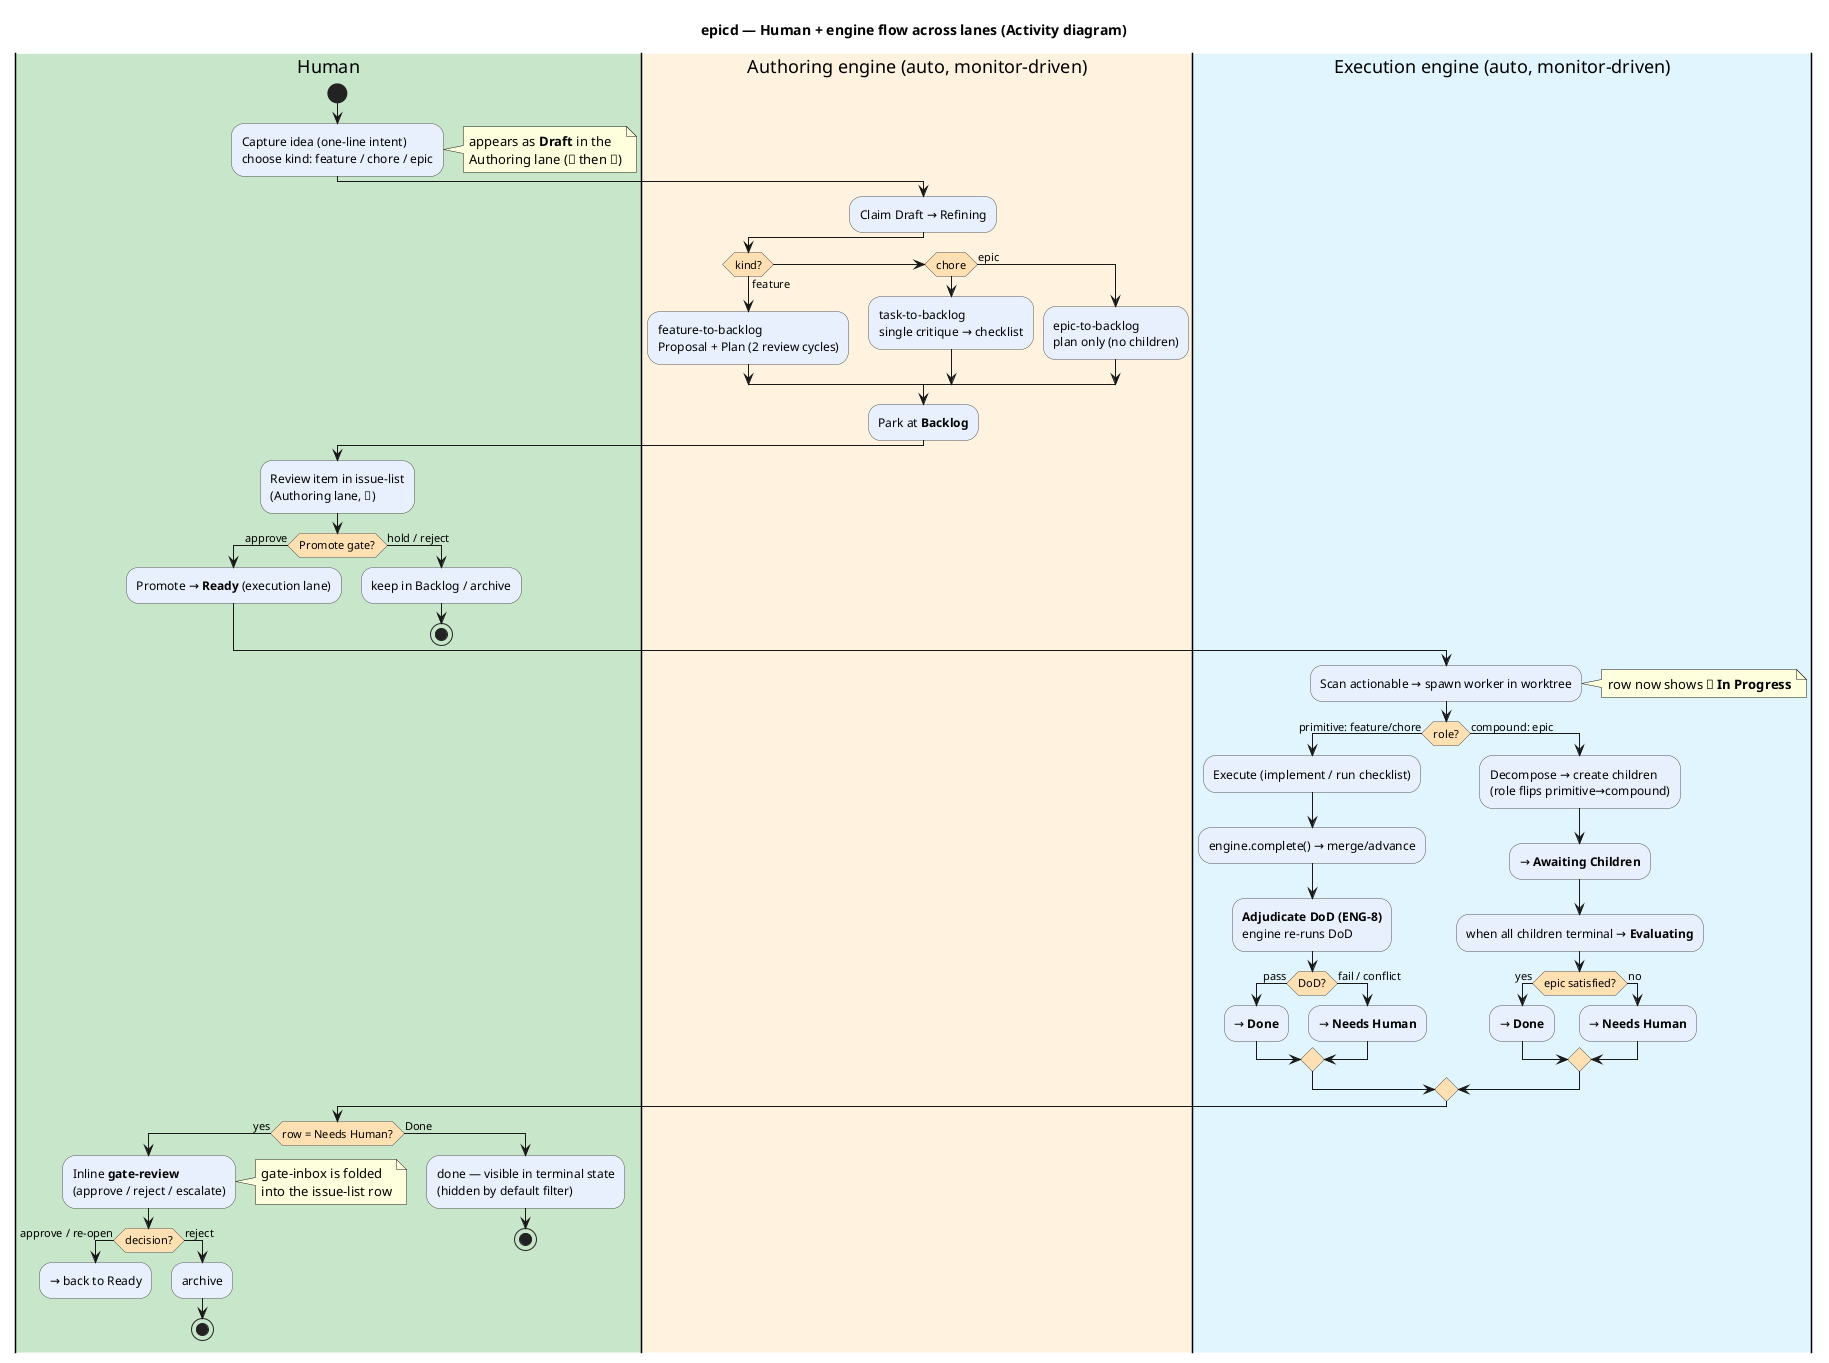
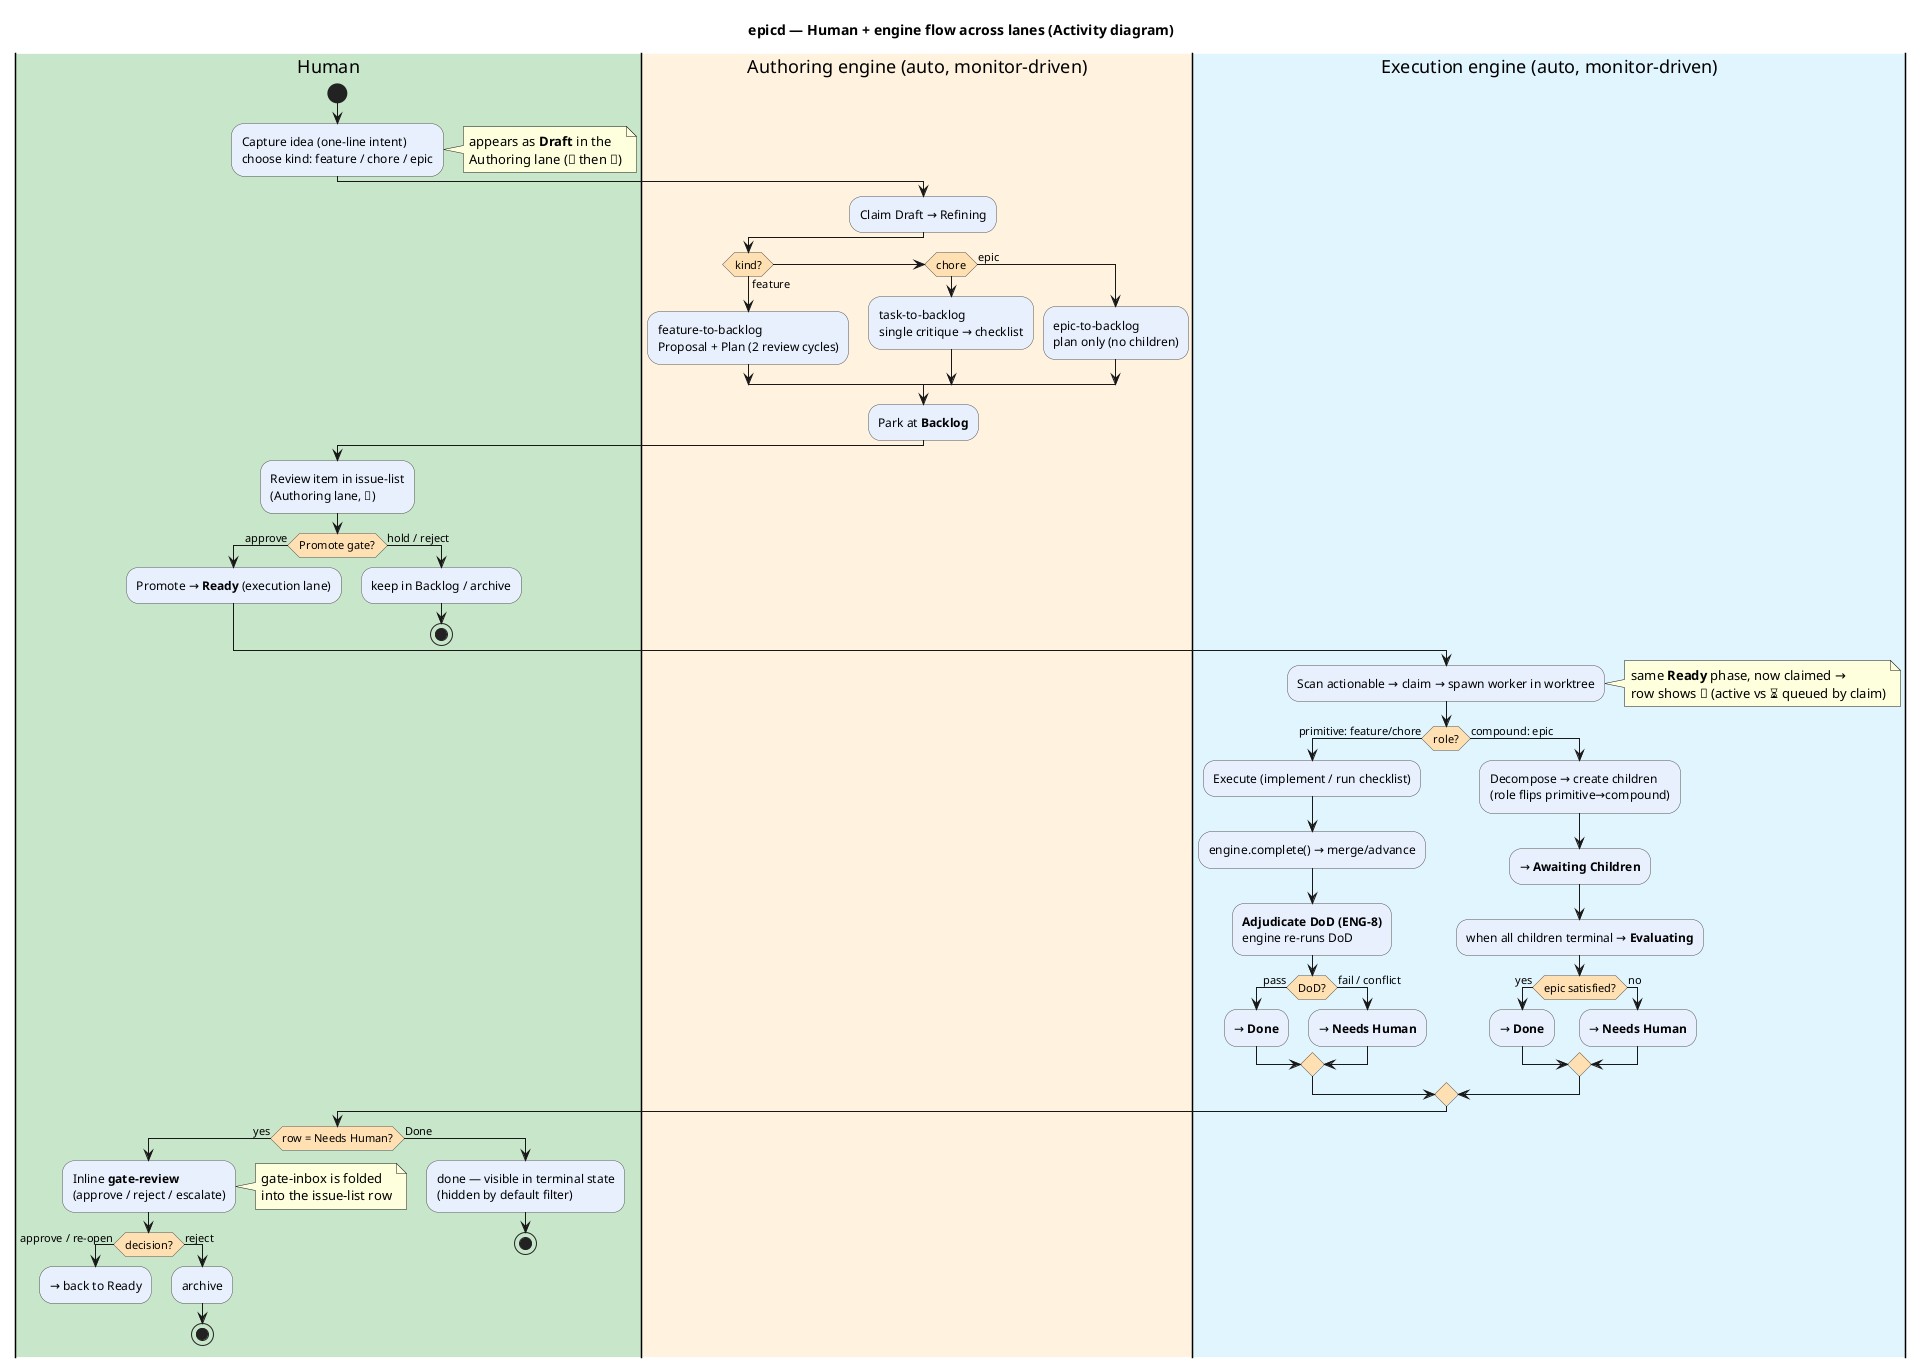
@startuml epicd-issue-list-activity
' epicd — Activity diagram: end-to-end human+engine collaboration seen through the multi-lane list.
' Swimlane partitions = who acts. User-visible behaviour only (no internal impl).

skinparam backgroundColor #FFFFFF
skinparam shadowing false
skinparam activity {
  BorderColor #555555
  BackgroundColor #E8F0FE
  DiamondBackgroundColor #FFE0B2
}

title epicd — Human + engine flow across lanes (Activity diagram)

|#C8E6C9|Human|
start
:Capture idea (one-line intent)\nchoose kind: feature / chore / epic;
note right: appears as **Draft** in the\nAuthoring lane (👤 then 🤖)

|#FFF3E0|Authoring engine (auto, monitor-driven)|
:Claim Draft → Refining;
if (kind?) then (feature)
  :feature-to-backlog\nProposal + Plan (2 review cycles);
elseif (chore) then
  :task-to-backlog\nsingle critique → checklist;
else (epic)
  :epic-to-backlog\nplan only (no children);
endif
:Park at **Backlog**;

|#C8E6C9|Human|
:Review item in issue-list\n(Authoring lane, 👤);
if (Promote gate?) then (approve)
  :Promote → **Ready** (execution lane);
else (hold / reject)
  :keep in Backlog / archive;
  stop
endif

|#E1F5FE|Execution engine (auto, monitor-driven)|
- :Scan actionable → spawn worker in worktree;
- note right: row now shows **🤖 In Progress**
+ :Scan actionable → claim → spawn worker in worktree;
+ note right: same **Ready** phase, now claimed →\nrow shows **🤖** (active vs ⏳ queued by claim)
if (role?) then (primitive: feature/chore)
  :Execute (implement / run checklist);
  :engine.complete() → merge/advance;
  :**Adjudicate DoD (ENG-8)**\nengine re-runs DoD;
  if (DoD?) then (pass)
    :→ **Done**;
  else (fail / conflict)
    :→ **Needs Human**;
  endif
else (compound: epic)
  :Decompose → create children\n(role flips primitive→compound);
  :→ **Awaiting Children**;
  :when all children terminal → **Evaluating**;
  if (epic satisfied?) then (yes)
    :→ **Done**;
  else (no)
    :→ **Needs Human**;
  endif
endif

|#C8E6C9|Human|
if (row = Needs Human?) then (yes)
  :Inline **gate-review**\n(approve / reject / escalate);
  note right: gate-inbox is folded\ninto the issue-list row
  if (decision?) then (approve / re-open)
    :→ back to Ready;
    detach
  else (reject)
    :archive;
    stop
  endif
else (Done)
  :done — visible in terminal state\n(hidden by default filter);
  stop
endif

@enduml
